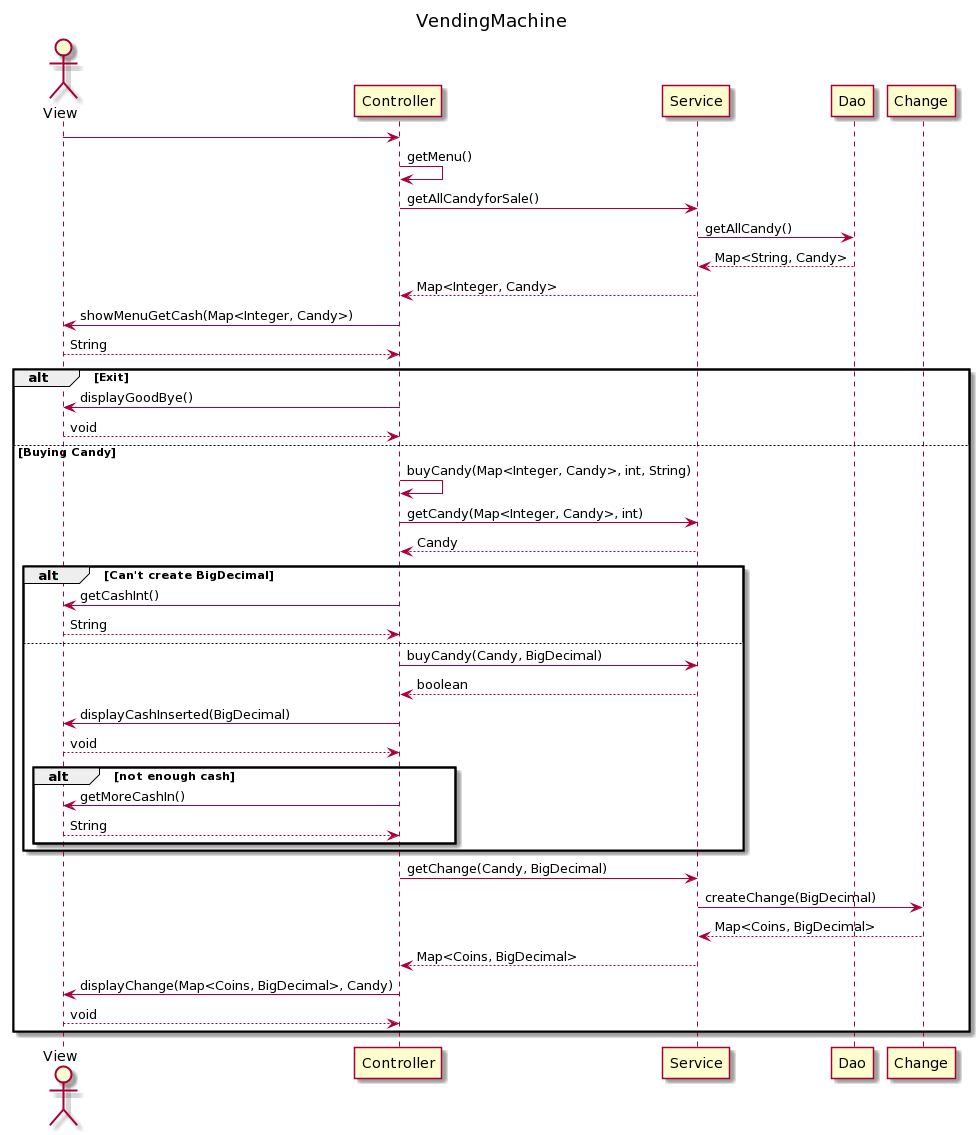
The PlantUML diagram UML/VendingMachine/VendingMachineSequenceDiagram.png in rtdonin/JavaClasswork, before a commit.
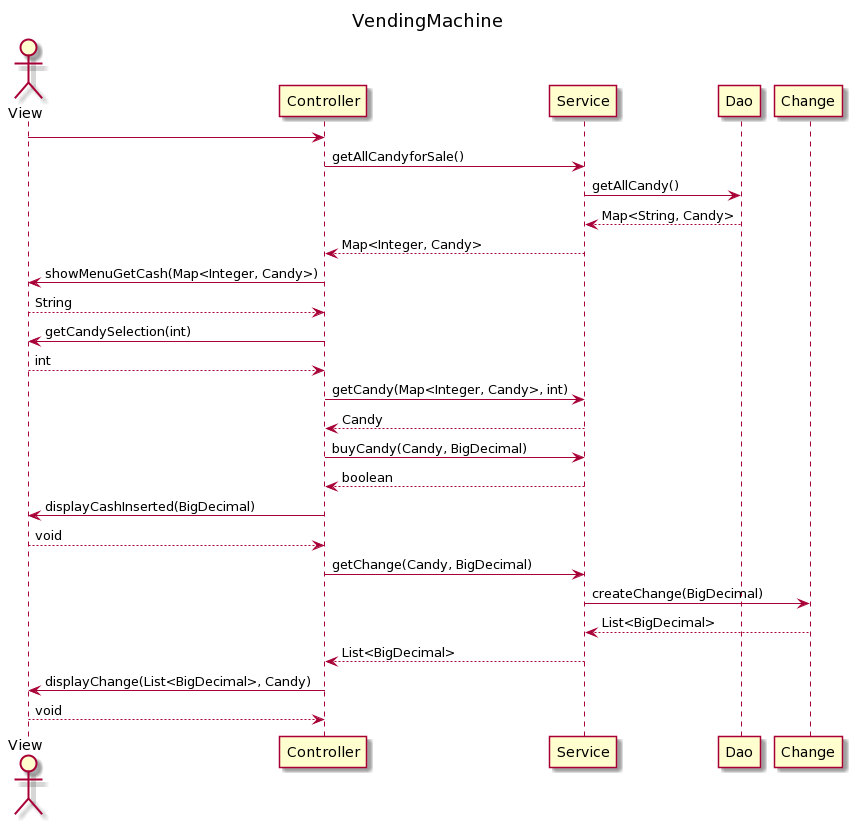
Later version of the same file.

What changed in the source:
```diff
@@ -6,44 +6,24 @@
 
 actor View
 View -> Controller
-Controller -> Controller : getMenu()
 Controller -> Service : getAllCandyforSale()
 Service -> Dao : getAllCandy()
 Dao --> Service : Map<String, Candy>
 Service --> Controller : Map<Integer, Candy>
 Controller -> View : showMenuGetCash(Map<Integer, Candy>)
 View --> Controller : String
-
-alt Exit
-    Controller -> View : displayGoodBye()
-    View --> Controller : void
-else Buying Candy
-    Controller -> Controller : buyCandy(Map<Integer, Candy>, int, String)
-    Controller -> Service : getCandy(Map<Integer, Candy>, int)
-    Service --> Controller : Candy
-
-
-    alt Can't create BigDecimal
-        Controller -> View : getCashInt()
-        View --> Controller : String
-    else
-        Controller -> Service : buyCandy(Candy, BigDecimal)
-        Service --> Controller : boolean
-        Controller -> View : displayCashInserted(BigDecimal)
-        View --> Controller : void
-
-        alt not enough cash
-            Controller -> View : getMoreCashIn()
-            View --> Controller : String
-        end
-    end
-
-    Controller -> Service : getChange(Candy, BigDecimal)
-    Service -> Change : createChange(BigDecimal)
-    Change --> Service : Map<Coins, BigDecimal>
-    Service --> Controller : Map<Coins, BigDecimal>
-    Controller -> View : displayChange(Map<Coins, BigDecimal>, Candy)
-    View --> Controller : void
-
-end
+Controller ->  View : getCandySelection(int)
+View --> Controller : int
+Controller -> Service : getCandy(Map<Integer, Candy>, int)
+Service --> Controller : Candy
+Controller -> Service : buyCandy(Candy, BigDecimal)
+Service --> Controller : boolean
+Controller -> View : displayCashInserted(BigDecimal)
+View --> Controller : void
+Controller -> Service : getChange(Candy, BigDecimal)
+Service -> Change : createChange(BigDecimal)
+Change --> Service : List<BigDecimal>
+Service --> Controller : List<BigDecimal>
+Controller -> View : displayChange(List<BigDecimal>, Candy)
+View --> Controller : void
 @enduml
```
